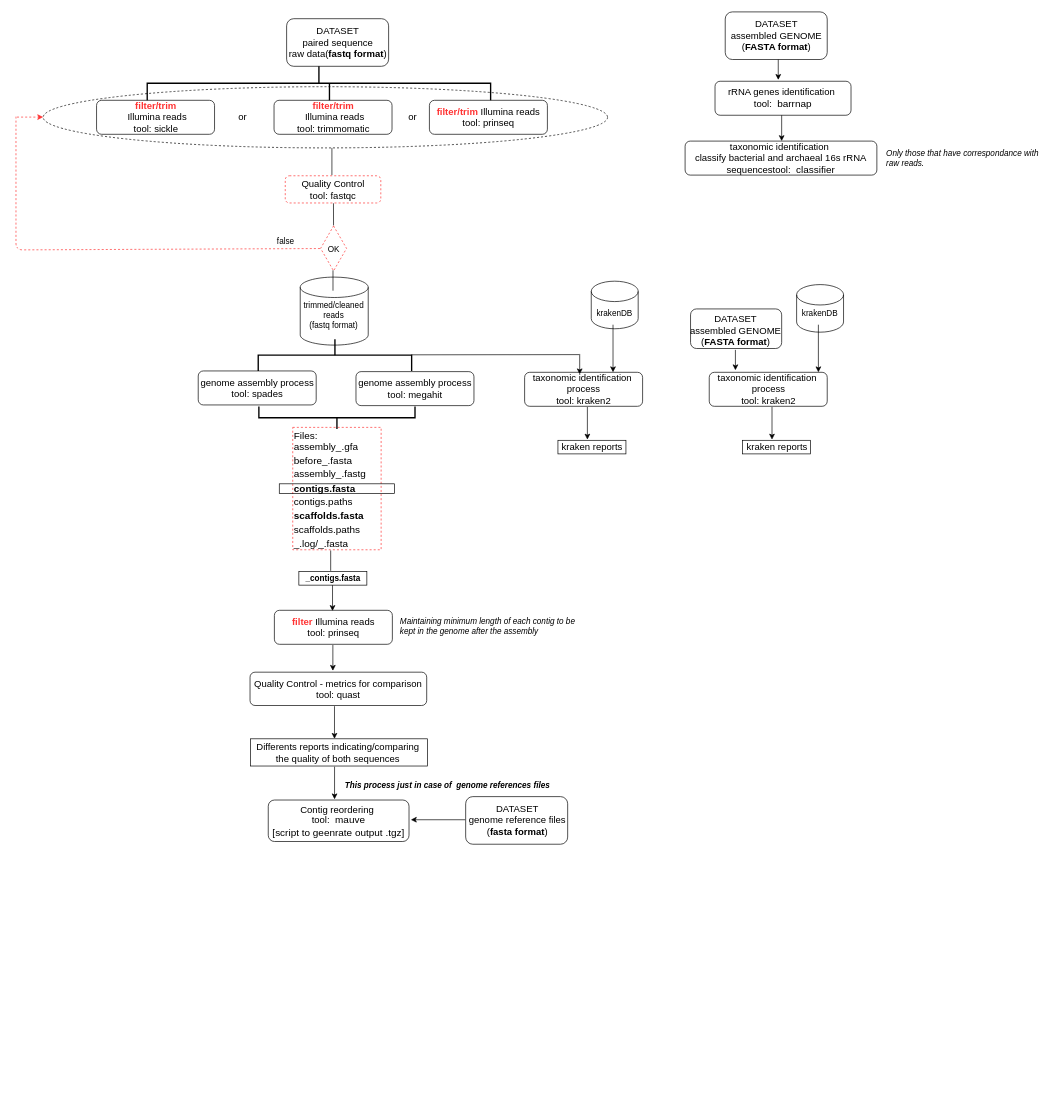
Before: standarpipelineworkflow-longversion.drawio in ldipotetjob/genx, a draw.io diagram. Source tidied: cells renumbered, new cells numbered last; positions are measured from the earlier drawing's top-left corner, leaving out a move shared by most shapes. Both pictures are drawn from the tidied source at 68%, with x=0, y=0 at pixel (16, -89).
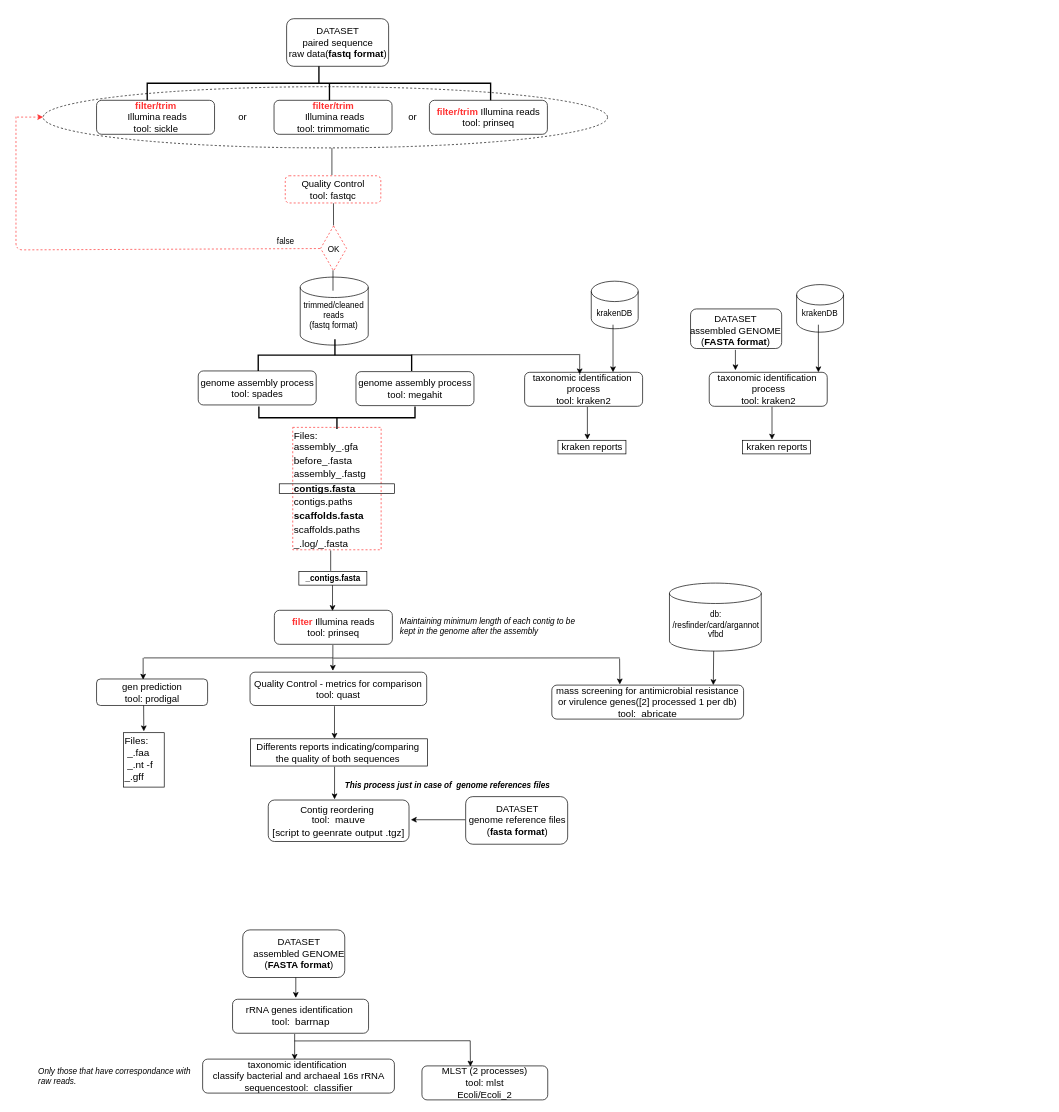
The same page after the edit.

Commit message:
Update standarpipelineworkflow-longversion until step 12

Diff of the diagram source:
```diff
@@
     <mxCell id="44" value="&lt;font style=&quot;font-size: 14px&quot;&gt;rRNA genes identification&amp;nbsp;&lt;br&gt;tool:&amp;nbsp;&lt;span id=&quot;docs-internal-guid-eec0f8a5-7fff-683e-a7e2-8d98a260feaf&quot;&gt;&lt;span style=&quot;font-size: 11pt ; font-family: &amp;#34;arial&amp;#34; ; background-color: transparent ; vertical-align: baseline&quot;&gt;&amp;nbsp;barrnap&lt;/span&gt;&lt;/span&gt;&lt;br&gt;&lt;/font&gt;" style="rounded=1;whiteSpace=wrap;html=1;fillColor=none;" parent="1" vertex="1">
-      <mxGeometry x="1028" y="250" width="200" height="50" as="geometry" />
+      <mxGeometry x="318.5" y="1600" width="200" height="50" as="geometry" />
     </mxCell>
     <mxCell id="45" style="rounded=1;whiteSpace=wrap;html=1;fillColor=none;" parent="1" vertex="1">
-      <mxGeometry x="1043" y="148" width="150" height="70" as="geometry" />
+      <mxGeometry x="333.5" y="1498" width="150" height="70" as="geometry" />
     </mxCell>
     <mxCell id="46" value="&lt;font style=&quot;font-size: 14px&quot;&gt;DATASET&lt;br&gt;assembled GENOME&lt;br&gt;(&lt;b&gt;FASTA format&lt;/b&gt;)&lt;br&gt;&lt;/font&gt;" style="text;html=1;align=center;verticalAlign=middle;strokeColor=none;" parent="1" vertex="1">
-      <mxGeometry x="1043" y="158" width="150" height="50" as="geometry" />
+      <mxGeometry x="340.5" y="1508" width="150" height="50" as="geometry" />
     </mxCell>
     <mxCell id="47" style="endArrow=none;html=1;startArrow=classic;startFill=1;" parent="1" edge="1">
       <mxGeometry relative="1" as="geometry">
-        <mxPoint x="1121" y="248" as="sourcePoint" />
-        <mxPoint x="1121" y="218" as="targetPoint" />
+        <mxPoint x="411.5" y="1598" as="sourcePoint" />
+        <mxPoint x="411.5" y="1568" as="targetPoint" />
       </mxGeometry>
     </mxCell>
@@
     <mxCell id="65" style="endArrow=none;html=1;startArrow=classic;startFill=1;" parent="1" edge="1">
       <mxGeometry relative="1" as="geometry">
-        <mxPoint x="1126" y="338" as="sourcePoint" />
-        <mxPoint x="1126" y="300" as="targetPoint" />
+        <mxPoint x="409.8" y="1689" as="sourcePoint" />
+        <mxPoint x="409.8" y="1651" as="targetPoint" />
       </mxGeometry>
     </mxCell>
     <mxCell id="66" value="&lt;font&gt;&lt;span style=&quot;font-size: 14px&quot;&gt;taxonomic identification&amp;nbsp;&lt;/span&gt;&lt;br&gt;&lt;span style=&quot;font-size: 14px&quot;&gt;classify bacterial and archaeal 16s rRNA sequencestool:&amp;nbsp;&lt;/span&gt;&lt;span id=&quot;docs-internal-guid-eec0f8a5-7fff-683e-a7e2-8d98a260feaf&quot; style=&quot;font-size: 14px&quot;&gt;&lt;span style=&quot;font-size: 11pt ; font-family: &amp;#34;arial&amp;#34; ; background-color: transparent ; vertical-align: baseline&quot;&gt;&amp;nbsp;classifier&lt;/span&gt;&lt;/span&gt;&lt;br&gt;&lt;/font&gt;" style="rounded=1;whiteSpace=wrap;html=1;fillColor=none;" parent="1" vertex="1">
-      <mxGeometry x="984" y="338" width="282" height="50" as="geometry" />
+      <mxGeometry x="274.5" y="1688" width="282" height="50" as="geometry" />
     </mxCell>
     <mxCell id="67" value="&lt;font color=&quot;#000000&quot; face=&quot;arial&quot;&gt;&lt;i&gt;Only those that have correspondance with &lt;br&gt;raw reads.&lt;/i&gt;&lt;/font&gt;" style="text;html=1;align=left;verticalAlign=middle;strokeColor=none;fontColor=#FF3333;" parent="1" vertex="1">
-      <mxGeometry x="1278" y="348" width="240" height="30" as="geometry" />
+      <mxGeometry x="31" y="1698" width="240" height="30" as="geometry" />
     </mxCell>
+    <mxCell id="68" style="endArrow=none;html=1;fontColor=#FF3333;strokeColor=#000000;strokeWidth=1;" parent="1" edge="1">
+      <mxGeometry relative="1" as="geometry">
+        <mxPoint x="409.6" y="1661.3" as="sourcePoint" />
+        <mxPoint x="668" y="1661" as="targetPoint" />
+      </mxGeometry>
+    </mxCell>
+    <mxCell id="69" style="endArrow=none;html=1;startArrow=classic;startFill=1;" parent="1" edge="1">
+      <mxGeometry relative="1" as="geometry">
+        <mxPoint x="668.3" y="1699" as="sourcePoint" />
+        <mxPoint x="668" y="1661" as="targetPoint" />
+      </mxGeometry>
+    </mxCell>
+    <mxCell id="70" value="&lt;font style=&quot;font-size: 14px&quot;&gt;&lt;span&gt;MLST (2 processes)&lt;br&gt;&lt;/span&gt;tool: mlst&lt;br&gt;Ecoli/Ecoli_2&lt;br&gt;&lt;/font&gt;" style="rounded=1;whiteSpace=wrap;html=1;fillColor=none;" parent="1" vertex="1">
+      <mxGeometry x="597" y="1698" width="185" height="50" as="geometry" />
+    </mxCell>
+    <mxCell id="71" style="endArrow=none;html=1;fontColor=#FF3333;strokeColor=#000000;strokeWidth=1;" parent="1" edge="1">
+      <mxGeometry relative="1" as="geometry">
+        <mxPoint x="466.6" y="1098.3" as="sourcePoint" />
+        <mxPoint x="888" y="1098" as="targetPoint" />
+      </mxGeometry>
+    </mxCell>
+    <mxCell id="72" value="&lt;font&gt;&lt;span style=&quot;font-size: 14px&quot;&gt;mass screening for antimicrobial resistance or virulence genes([2] processed 1 per db)&lt;br&gt;&lt;/span&gt;&lt;span style=&quot;font-size: 14px&quot;&gt;tool:&amp;nbsp;&lt;/span&gt;&lt;span id=&quot;docs-internal-guid-eec0f8a5-7fff-683e-a7e2-8d98a260feaf&quot; style=&quot;font-size: 14px&quot;&gt;&lt;span style=&quot;font-size: 11pt ; font-family: &amp;#34;arial&amp;#34; ; background-color: transparent ; vertical-align: baseline&quot;&gt;&amp;nbsp;abricate&lt;/span&gt;&lt;/span&gt;&lt;br&gt;&lt;/font&gt;" style="rounded=1;whiteSpace=wrap;html=1;fillColor=none;" parent="1" vertex="1">
+      <mxGeometry x="788" y="1138" width="282" height="50" as="geometry" />
+    </mxCell>
+    <mxCell id="73" style="endArrow=none;html=1;startArrow=classic;startFill=1;" parent="1" edge="1">
+      <mxGeometry relative="1" as="geometry">
+        <mxPoint x="888" y="1137" as="sourcePoint" />
+        <mxPoint x="887.7" y="1099" as="targetPoint" />
+      </mxGeometry>
+    </mxCell>
+    <mxCell id="74" style="shape=cylinder3;whiteSpace=wrap;html=1;boundedLbl=1;backgroundOutline=1;size=15;fillColor=none;" parent="1" vertex="1">
+      <mxGeometry x="961" y="988" width="135" height="100" as="geometry" />
+    </mxCell>
+    <mxCell id="75" value="&lt;br&gt;db:&lt;br&gt;/resfinder/card/argannot&lt;br&gt;vfbd" style="text;html=1;align=center;verticalAlign=middle;strokeColor=none;" parent="1" vertex="1">
+      <mxGeometry x="959" y="1012" width="140" height="60" as="geometry" />
+    </mxCell>
+    <mxCell id="76" style="endArrow=none;html=1;startArrow=classic;startFill=1;" parent="1" edge="1">
+      <mxGeometry relative="1" as="geometry">
+        <mxPoint x="1025.5" y="1138" as="sourcePoint" />
+        <mxPoint x="1026" y="1088" as="targetPoint" />
+      </mxGeometry>
+    </mxCell>
+    <mxCell id="77" value="&lt;font style=&quot;font-size: 14px&quot;&gt;gen prediction&lt;br&gt;tool:&amp;nbsp;prodigal&lt;br&gt;&lt;/font&gt;" style="rounded=1;whiteSpace=wrap;html=1;fillColor=none;" parent="1" vertex="1">
+      <mxGeometry x="118.5" y="1129" width="163.3" height="39" as="geometry" />
+    </mxCell>
+    <mxCell id="78" style="endArrow=none;html=1;fontColor=#FF3333;strokeColor=#000000;strokeWidth=1;" parent="1" edge="1">
+      <mxGeometry relative="1" as="geometry">
+        <mxPoint x="188" y="1098" as="sourcePoint" />
+        <mxPoint x="466" y="1098" as="targetPoint" />
+      </mxGeometry>
+    </mxCell>
+    <mxCell id="79" style="endArrow=none;html=1;startArrow=classic;startFill=1;" parent="1" edge="1">
+      <mxGeometry relative="1" as="geometry">
+        <mxPoint x="187" y="1130" as="sourcePoint" />
+        <mxPoint x="187" y="1098" as="targetPoint" />
+      </mxGeometry>
+    </mxCell>
+    <mxCell id="80" value="&lt;span style=&quot;background-color: transparent&quot;&gt;&lt;br&gt;&lt;br&gt;&lt;div style=&quot;font-family: &amp;#34;arial&amp;#34; ; font-size: 11pt&quot;&gt;&lt;span style=&quot;background-color: transparent ; font-size: 11pt&quot;&gt;Files:&lt;/span&gt;&lt;/div&gt;&lt;div&gt;&lt;div&gt;&lt;font face=&quot;arial&quot;&gt;&lt;span style=&quot;font-size: 14.6667px&quot;&gt;&amp;nbsp;_.faa&amp;nbsp;&lt;/span&gt;&lt;/font&gt;&lt;/div&gt;&lt;div&gt;&lt;font face=&quot;arial&quot;&gt;&lt;span style=&quot;font-size: 14.6667px&quot;&gt;&amp;nbsp;_.nt -f&amp;nbsp;&lt;/span&gt;&lt;/font&gt;&lt;/div&gt;&lt;div&gt;&lt;font face=&quot;arial&quot;&gt;&lt;span style=&quot;font-size: 14.6667px&quot;&gt;_.gff&amp;nbsp;&lt;/span&gt;&lt;/font&gt;&lt;/div&gt;&lt;/div&gt;&lt;/span&gt;&lt;font&gt;&lt;div&gt;&lt;span style=&quot;font-size: 14px&quot;&gt;&lt;br&gt;&lt;/span&gt;&lt;/div&gt;&lt;br&gt;&lt;/font&gt;" style="rounded=0;whiteSpace=wrap;html=1;fillColor=none;align=left;" parent="1" vertex="1">
+      <mxGeometry x="158" y="1208" width="60" height="80" as="geometry" />
+    </mxCell>
+    <mxCell id="81" style="endArrow=none;html=1;startArrow=classic;startFill=1;" parent="1" edge="1">
+      <mxGeometry relative="1" as="geometry">
+        <mxPoint x="188" y="1206" as="sourcePoint" />
+        <mxPoint x="187.7" y="1168" as="targetPoint" />
+      </mxGeometry>
+    </mxCell>
```
